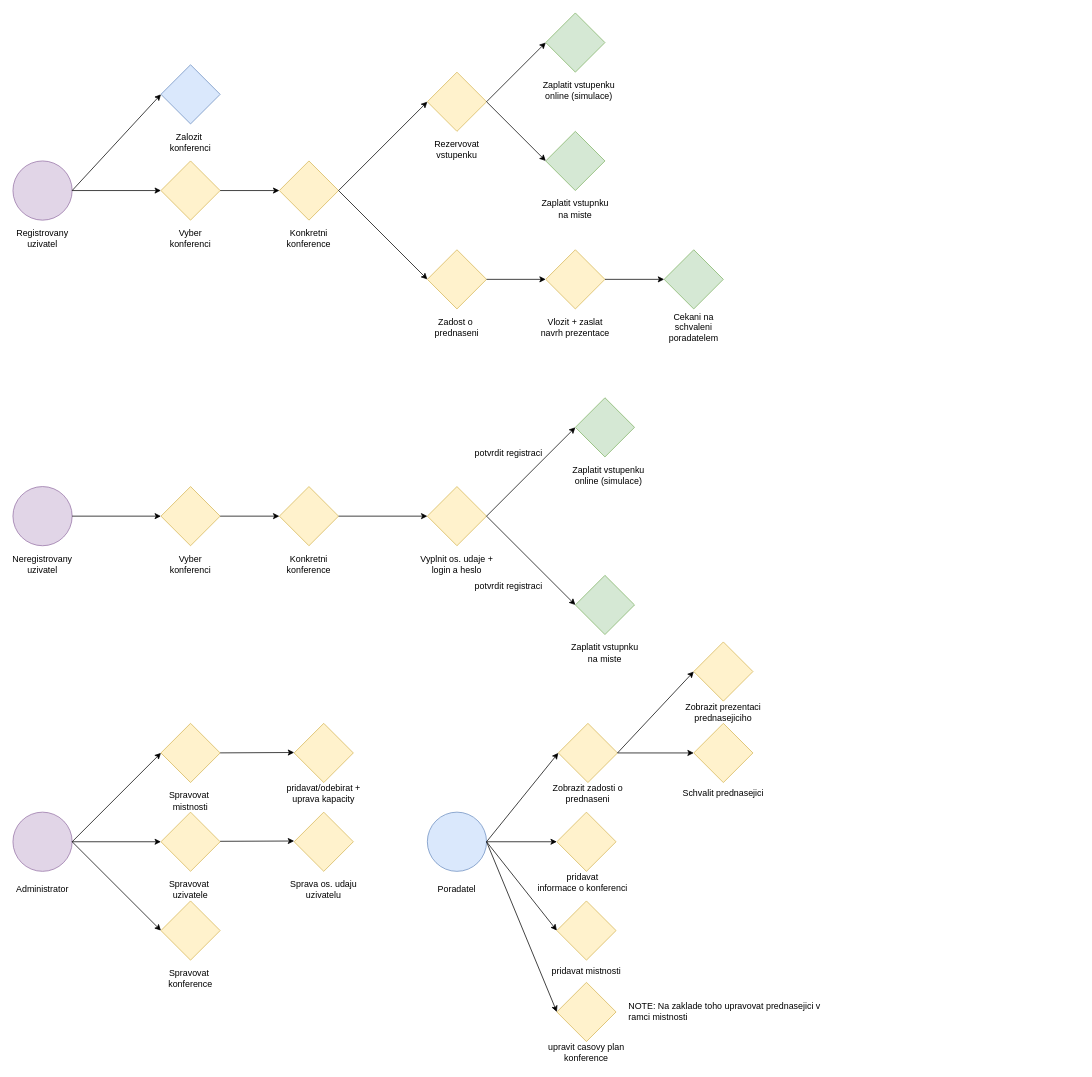
Above: doc/program_flow_diagram_1.0.drawio in Doly02/iis-proj (draw.io), before the change. Source tidied: cells renumbered, new cells numbered last; positions are measured from the earlier drawing's top-left corner, leaving out a move shared by most shapes. Both pictures are drawn from the tidied source at 74%, with x=0, y=0 at pixel (13, 13).
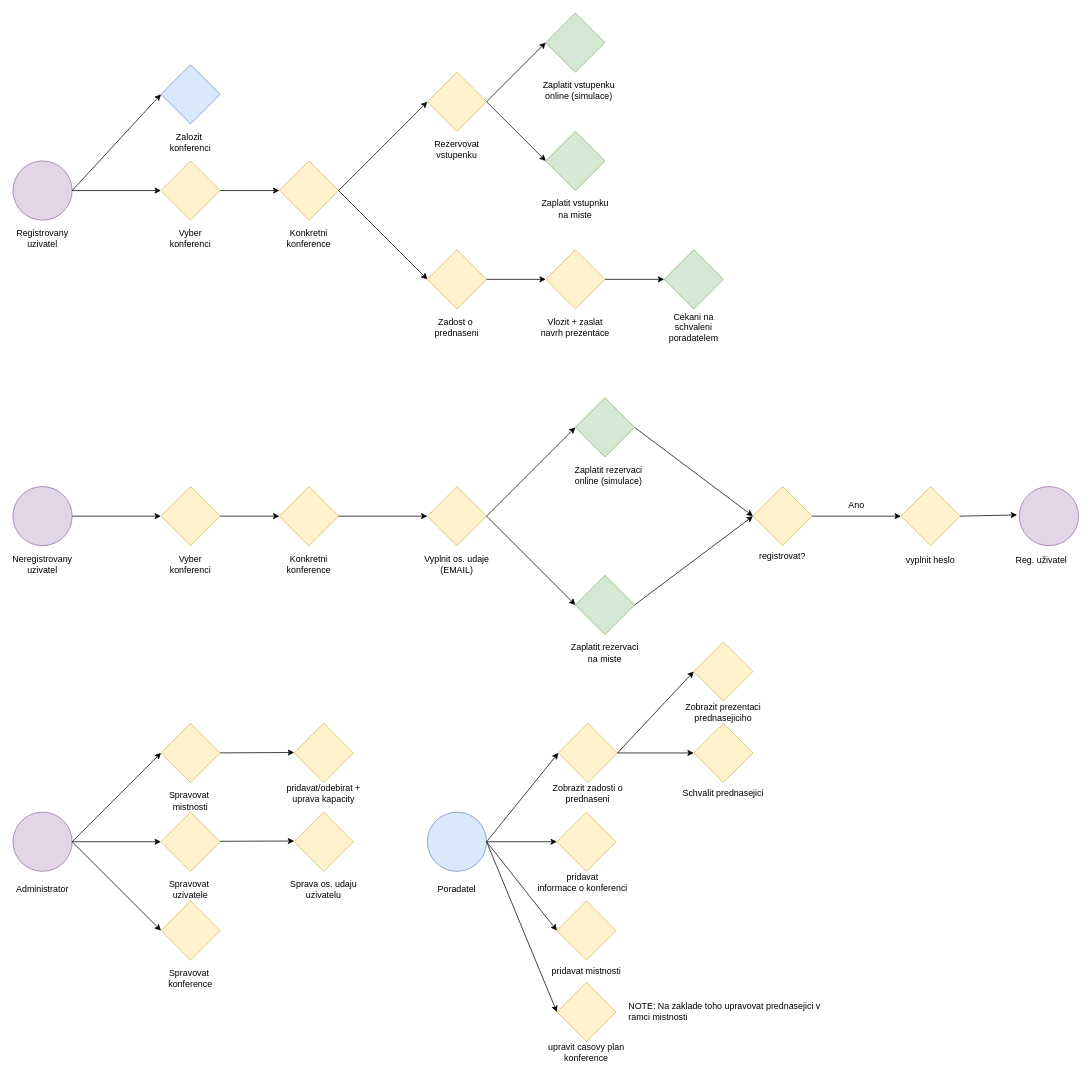
The same diagram, later.

Commit message:
[DOC] Registration flow change

Unchanged cells that the change refers to:
```xml
<mxCell id="39" style="rhombus;whiteSpace=wrap;html=1;fillColor=#d5e8d4;strokeColor=#82b366;" parent="1" vertex="1">
  <mxGeometry x="760" y="760" width="80" height="80" as="geometry" />
</mxCell>
<mxCell id="40" style="rhombus;whiteSpace=wrap;html=1;fillColor=#d5e8d4;strokeColor=#82b366;" parent="1" vertex="1">
  <mxGeometry x="760" y="520" width="80" height="80" as="geometry" />
</mxCell>
```

Diff of the diagram source:
```diff
@@
-    <mxCell id="37" value="Vyplnit os. udaje + login a heslo" style="text;html=1;align=center;verticalAlign=middle;whiteSpace=wrap;rounded=0;" parent="1" vertex="1">
+    <mxCell id="37" value="Vyplnit os. udaje (EMAIL)" style="text;html=1;align=center;verticalAlign=middle;whiteSpace=wrap;rounded=0;" parent="1" vertex="1">
       <mxGeometry x="550" y="730" width="100" height="30" as="geometry" />
     </mxCell>
@@
-    <mxCell id="41" value="Zaplatit vstupenku online (simulace)" style="text;html=1;align=center;verticalAlign=middle;whiteSpace=wrap;rounded=0;" parent="1" vertex="1">
+    <mxCell id="41" value="Zaplatit rezervaci online (simulace)" style="text;html=1;align=center;verticalAlign=middle;whiteSpace=wrap;rounded=0;" parent="1" vertex="1">
       <mxGeometry x="750" y="610" width="110" height="30" as="geometry" />
     </mxCell>
@@
-    <mxCell id="44" value="Zaplatit vstupnku na miste" style="text;html=1;align=center;verticalAlign=middle;whiteSpace=wrap;rounded=0;" parent="1" vertex="1">
+    <mxCell id="44" value="Zaplatit rezervaci na miste" style="text;html=1;align=center;verticalAlign=middle;whiteSpace=wrap;rounded=0;" parent="1" vertex="1">
       <mxGeometry x="750" y="850" width="100" height="30" as="geometry" />
     </mxCell>
-    <mxCell id="45" value="potvrdit registraci" style="text;html=1;align=center;verticalAlign=middle;whiteSpace=wrap;rounded=0;rotation=0;" parent="1" vertex="1">
-      <mxGeometry x="610" y="580" width="120" height="30" as="geometry" />
-    </mxCell>
-    <mxCell id="46" value="potvrdit registraci" style="text;html=1;align=center;verticalAlign=middle;whiteSpace=wrap;rounded=0;rotation=0;" parent="1" vertex="1">
-      <mxGeometry x="610" y="760" width="120" height="30" as="geometry" />
-    </mxCell>
@@
+    <mxCell id="88" style="endArrow=classic;html=1;rounded=0;exitX=1;exitY=0.5;exitDx=0;exitDy=0;" parent="1" edge="1" source="39">
+      <mxGeometry relative="1" as="geometry">
+        <mxPoint x="1000" y="680" as="targetPoint" />
+      </mxGeometry>
+    </mxCell>
+    <mxCell id="89" style="endArrow=classic;html=1;rounded=0;exitX=1;exitY=0.5;exitDx=0;exitDy=0;" parent="1" edge="1" source="40">
+      <mxGeometry relative="1" as="geometry">
+        <mxPoint x="1000" y="680" as="targetPoint" />
+      </mxGeometry>
+    </mxCell>
+    <mxCell id="90" style="rhombus;whiteSpace=wrap;html=1;fillColor=#fff2cc;strokeColor=#d6b656;" parent="1" vertex="1">
+      <mxGeometry x="1000" y="640" width="80" height="80" as="geometry" />
+    </mxCell>
+    <mxCell id="91" value="registrovat?" style="text;html=1;align=center;verticalAlign=middle;whiteSpace=wrap;rounded=0;" parent="1" vertex="1">
+      <mxGeometry x="990" y="720" width="100" height="30" as="geometry" />
+    </mxCell>
+    <mxCell id="92" style="endArrow=classic;html=1;rounded=0;exitX=1;exitY=0.5;exitDx=0;exitDy=0;" parent="1" edge="1" source="90">
+      <mxGeometry relative="1" as="geometry">
+        <mxPoint x="1200" y="680" as="targetPoint" />
+      </mxGeometry>
+    </mxCell>
+    <mxCell id="93" value="Ano" style="text;html=1;align=center;verticalAlign=middle;whiteSpace=wrap;rounded=0;" parent="1" vertex="1">
+      <mxGeometry x="1090" y="650" width="100" height="30" as="geometry" />
+    </mxCell>
+    <mxCell id="94" style="rhombus;whiteSpace=wrap;html=1;fillColor=#fff2cc;strokeColor=#d6b656;" parent="1" vertex="1">
+      <mxGeometry x="1200" y="640" width="80" height="80" as="geometry" />
+    </mxCell>
+    <mxCell id="95" value="vyplnit heslo" style="text;html=1;align=center;verticalAlign=middle;whiteSpace=wrap;rounded=0;" parent="1" vertex="1">
+      <mxGeometry x="1190" y="725" width="100" height="30" as="geometry" />
+    </mxCell>
+    <mxCell id="96" style="ellipse;whiteSpace=wrap;html=1;fillColor=#e1d5e7;strokeColor=#9673a6;" parent="1" vertex="1">
+      <mxGeometry x="1360" y="640" width="80" height="80" as="geometry" />
+    </mxCell>
+    <mxCell id="97" style="endArrow=classic;html=1;rounded=0;exitX=1;exitY=0.5;exitDx=0;exitDy=0;entryX=-0.038;entryY=0.479;entryDx=0;entryDy=0;entryPerimeter=0;" parent="1" edge="1" source="94" target="96">
+      <mxGeometry relative="1" as="geometry" />
+    </mxCell>
+    <mxCell id="98" value="Reg. uživatel" style="text;html=1;align=center;verticalAlign=middle;whiteSpace=wrap;rounded=0;" parent="1" vertex="1">
+      <mxGeometry x="1340" y="725" width="100" height="30" as="geometry" />
+    </mxCell>
```
